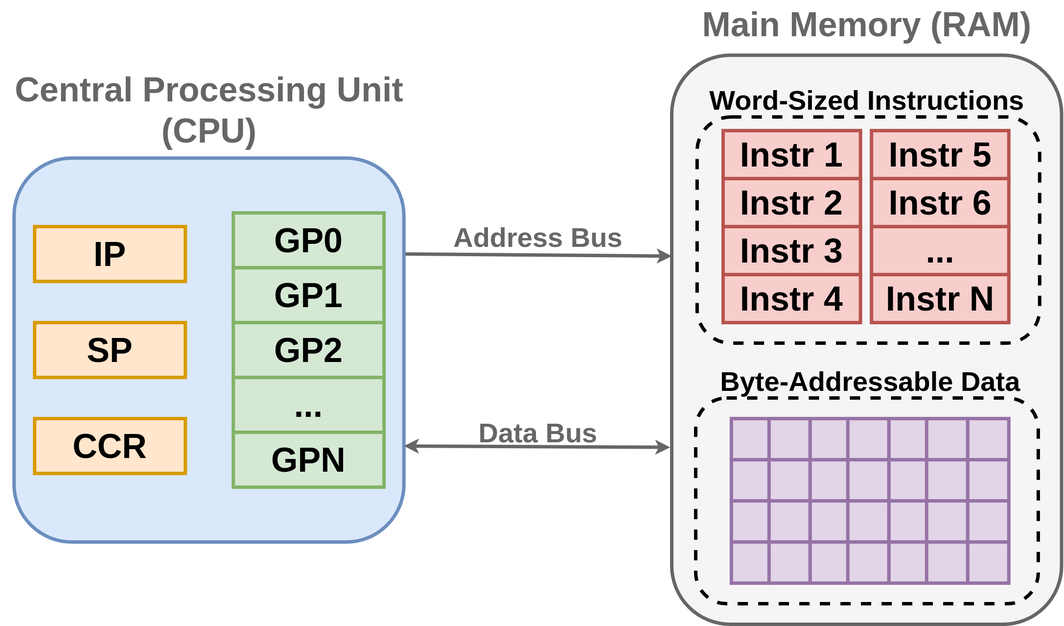
Above: src/chp4/cpu_model.svg in tnballo/high-assurance-rust (draw.io), before the change. Source tidied: cells renumbered, new cells last; positions are measured from the earlier drawing's top-left corner, leaving out a move shared by most shapes. The source it was exported from:
```xml
<mxGraphModel>
  <root>
    <mxCell id="0" />
    <mxCell id="1" parent="0" />
    <mxCell id="2" value="&lt;div style=&quot;font-size: 40px;&quot;&gt;&lt;font style=&quot;font-size: 40px;&quot;&gt;&lt;b&gt;&lt;font style=&quot;font-size: 40px;&quot;&gt;Address Bus&lt;br&gt;&lt;/font&gt;&lt;/b&gt;&lt;/font&gt;&lt;/div&gt;" style="text;html=1;strokeColor=none;fillColor=none;align=center;verticalAlign=middle;whiteSpace=wrap;rounded=0;fontSize=22;fontColor=#666666;" parent="1" vertex="1">
      <mxGeometry x="590" y="320" width="390" height="50" as="geometry" />
    </mxCell>
    <mxCell id="3" style="endArrow=classic;html=1;rounded=0;strokeWidth=5;fontColor=#666666;strokeColor=#666666;endFill=1;startArrow=none;startFill=0;exitX=1;exitY=0.25;exitDx=0;exitDy=0;entryX=0;entryY=0.353;entryDx=0;entryDy=0;entryPerimeter=0;" parent="1" edge="1" source="4" target="8">
      <mxGeometry relative="1" as="geometry" />
    </mxCell>
    <mxCell id="4" style="rounded=1;whiteSpace=wrap;html=1;strokeWidth=5;fillColor=#dae8fc;strokeColor=#6c8ebf;" parent="1" vertex="1">
      <mxGeometry x="20" y="230" width="569" height="560" as="geometry" />
    </mxCell>
    <mxCell id="5" style="endArrow=classic;html=1;rounded=0;strokeWidth=5;fontColor=#666666;strokeColor=#666666;endFill=1;startArrow=classic;startFill=1;exitX=1;exitY=0.75;exitDx=0;exitDy=0;entryX=-0.004;entryY=0.689;entryDx=0;entryDy=0;entryPerimeter=0;" parent="1" edge="1" source="4" target="8">
      <mxGeometry relative="1" as="geometry" />
    </mxCell>
    <mxCell id="6" value="&lt;div style=&quot;font-size: 40px;&quot;&gt;&lt;font style=&quot;font-size: 40px;&quot;&gt;&lt;b&gt;&lt;font style=&quot;font-size: 40px;&quot;&gt;Data Bus&lt;br&gt;&lt;/font&gt;&lt;/b&gt;&lt;/font&gt;&lt;/div&gt;" style="text;html=1;strokeColor=none;fillColor=none;align=center;verticalAlign=middle;whiteSpace=wrap;rounded=0;fontSize=22;fontColor=#666666;" parent="1" vertex="1">
      <mxGeometry x="590" y="610" width="390" height="40" as="geometry" />
    </mxCell>
    <mxCell id="7" value="&lt;div style=&quot;font-size: 50px;&quot;&gt;&lt;font style=&quot;font-size: 50px;&quot;&gt;&lt;b&gt;&lt;font style=&quot;font-size: 50px;&quot;&gt;Central Processing Unit&lt;/font&gt;&lt;/b&gt;&lt;/font&gt;&lt;/div&gt;&lt;div style=&quot;font-size: 50px;&quot;&gt;&lt;font style=&quot;font-size: 50px;&quot;&gt;&lt;b&gt;&lt;font style=&quot;font-size: 50px;&quot;&gt;(CPU)&lt;br&gt;&lt;/font&gt;&lt;/b&gt;&lt;/font&gt;&lt;/div&gt;" style="text;html=1;strokeColor=none;fillColor=none;align=center;verticalAlign=middle;whiteSpace=wrap;rounded=0;fontSize=22;fontColor=#666666;" parent="1" vertex="1">
      <mxGeometry x="-0.5" y="100" width="610" height="120" as="geometry" />
    </mxCell>
    <mxCell id="8" style="rounded=1;whiteSpace=wrap;html=1;strokeWidth=5;fillColor=#f5f5f5;strokeColor=#666666;fontColor=#333333;" parent="1" vertex="1">
      <mxGeometry x="980" y="80" width="569" height="830" as="geometry" />
    </mxCell>
    <mxCell id="9" value="&lt;b&gt;CCR&lt;/b&gt;" style="rounded=0;whiteSpace=wrap;html=1;fontSize=50;fillColor=#ffe6cc;strokeColor=#d79b00;strokeWidth=5;" parent="1" vertex="1">
      <mxGeometry x="50" y="610" width="220" height="80" as="geometry" />
    </mxCell>
    <mxCell id="10" value="&lt;b&gt;IP&lt;/b&gt;" style="rounded=0;whiteSpace=wrap;html=1;fontSize=50;fillColor=#ffe6cc;strokeColor=#d79b00;strokeWidth=5;" parent="1" vertex="1">
      <mxGeometry x="50" y="330" width="220" height="80" as="geometry" />
    </mxCell>
    <mxCell id="11" value="&lt;b&gt;SP&lt;/b&gt;" style="rounded=0;whiteSpace=wrap;html=1;fontSize=50;fillColor=#ffe6cc;strokeColor=#d79b00;strokeWidth=5;" parent="1" vertex="1">
      <mxGeometry x="50" y="470" width="220" height="80" as="geometry" />
    </mxCell>
    <mxCell id="12" style="edgeStyle=orthogonalEdgeStyle;rounded=0;orthogonalLoop=1;jettySize=auto;html=1;exitX=0.5;exitY=1;exitDx=0;exitDy=0;fontSize=50;" parent="1" edge="1" source="10" target="10">
      <mxGeometry relative="1" as="geometry" />
    </mxCell>
    <mxCell id="13" value="&lt;b&gt;GP0&lt;/b&gt;" style="rounded=0;whiteSpace=wrap;html=1;fontSize=50;fillColor=#d5e8d4;strokeColor=#82b366;strokeWidth=5;" parent="1" vertex="1">
      <mxGeometry x="340" y="310" width="220" height="80" as="geometry" />
    </mxCell>
    <mxCell id="14" value="&lt;b&gt;GP1&lt;/b&gt;" style="rounded=0;whiteSpace=wrap;html=1;fontSize=50;fillColor=#d5e8d4;strokeColor=#82b366;strokeWidth=5;" parent="1" vertex="1">
      <mxGeometry x="340" y="390" width="220" height="80" as="geometry" />
    </mxCell>
    <mxCell id="15" value="&lt;b&gt;GP2&lt;/b&gt;" style="rounded=0;whiteSpace=wrap;html=1;fontSize=50;fillColor=#d5e8d4;strokeColor=#82b366;strokeWidth=5;" parent="1" vertex="1">
      <mxGeometry x="340" y="470" width="220" height="80" as="geometry" />
    </mxCell>
    <mxCell id="16" value="&lt;b&gt;...&lt;/b&gt;" style="rounded=0;whiteSpace=wrap;html=1;fontSize=50;fillColor=#d5e8d4;strokeColor=#82b366;strokeWidth=5;" parent="1" vertex="1">
      <mxGeometry x="340" y="550" width="220" height="80" as="geometry" />
    </mxCell>
    <mxCell id="17" value="&lt;b&gt;GPN&lt;/b&gt;" style="rounded=0;whiteSpace=wrap;html=1;fontSize=50;fillColor=#d5e8d4;strokeColor=#82b366;strokeWidth=5;" parent="1" vertex="1">
      <mxGeometry x="340" y="630" width="220" height="80" as="geometry" />
    </mxCell>
    <mxCell id="18" style="rounded=1;whiteSpace=wrap;html=1;dashed=1;fontSize=50;strokeWidth=5;fillColor=none;" parent="1" vertex="1">
      <mxGeometry x="1017" y="170" width="500" height="330" as="geometry" />
    </mxCell>
    <mxCell id="19" style="rounded=1;whiteSpace=wrap;html=1;dashed=1;fontSize=50;strokeWidth=5;fillColor=none;" parent="1" vertex="1">
      <mxGeometry x="1015" y="580" width="500" height="300" as="geometry" />
    </mxCell>
    <mxCell id="20" value="&lt;div style=&quot;font-size: 40px;&quot;&gt;&lt;font style=&quot;font-size: 40px;&quot;&gt;&lt;b&gt;&lt;font style=&quot;font-size: 40px;&quot;&gt;Byte-Addressable Data&lt;br&gt;&lt;/font&gt;&lt;/b&gt;&lt;/font&gt;&lt;/div&gt;" style="text;html=1;strokeColor=none;fillColor=none;align=center;verticalAlign=middle;whiteSpace=wrap;rounded=0;fontSize=22;fontColor=#000000;" parent="1" vertex="1">
      <mxGeometry x="1014.5" y="530" width="510" height="50" as="geometry" />
    </mxCell>
    <mxCell id="21" value="&lt;div style=&quot;font-size: 40px;&quot;&gt;&lt;font style=&quot;font-size: 40px;&quot;&gt;&lt;b&gt;&lt;font style=&quot;font-size: 40px;&quot;&gt;Word-Sized Instructions&lt;br&gt;&lt;/font&gt;&lt;/b&gt;&lt;/font&gt;&lt;/div&gt;" style="text;html=1;strokeColor=none;fillColor=none;align=center;verticalAlign=middle;whiteSpace=wrap;rounded=0;fontSize=22;fontColor=#000000;" parent="1" vertex="1">
      <mxGeometry x="1010" y="120" width="510" height="50" as="geometry" />
    </mxCell>
    <mxCell id="22" value="&lt;div style=&quot;font-size: 50px;&quot;&gt;&lt;font style=&quot;font-size: 50px;&quot;&gt;&lt;b&gt;&lt;font style=&quot;font-size: 50px;&quot;&gt;Main Memory (RAM)&lt;br&gt;&lt;/font&gt;&lt;/b&gt;&lt;/font&gt;&lt;/div&gt;" style="text;html=1;strokeColor=none;fillColor=none;align=center;verticalAlign=middle;whiteSpace=wrap;rounded=0;fontSize=22;fontColor=#666666;" parent="1" vertex="1">
      <mxGeometry x="1004.5" width="520" height="70" as="geometry" />
    </mxCell>
    <mxCell id="23" style="rounded=0;whiteSpace=wrap;html=1;fontSize=50;strokeWidth=5;fillColor=#e1d5e7;strokeColor=#9673a6;" parent="1" vertex="1">
      <mxGeometry x="1067" y="610" width="60" height="60" as="geometry" />
    </mxCell>
    <mxCell id="24" style="rounded=0;whiteSpace=wrap;html=1;fontSize=50;strokeWidth=5;fillColor=#e1d5e7;strokeColor=#9673a6;" parent="1" vertex="1">
      <mxGeometry x="1067" y="670" width="60" height="60" as="geometry" />
    </mxCell>
    <mxCell id="25" style="rounded=0;whiteSpace=wrap;html=1;fontSize=50;strokeWidth=5;fillColor=#e1d5e7;strokeColor=#9673a6;" parent="1" vertex="1">
      <mxGeometry x="1067" y="730" width="60" height="60" as="geometry" />
    </mxCell>
    <mxCell id="26" style="rounded=0;whiteSpace=wrap;html=1;fontSize=50;strokeWidth=5;fillColor=#e1d5e7;strokeColor=#9673a6;" parent="1" vertex="1">
      <mxGeometry x="1067" y="790" width="60" height="60" as="geometry" />
    </mxCell>
    <mxCell id="27" style="rounded=0;whiteSpace=wrap;html=1;fontSize=50;strokeWidth=5;fillColor=#e1d5e7;strokeColor=#9673a6;" parent="1" vertex="1">
      <mxGeometry x="1122" y="610" width="60" height="60" as="geometry" />
    </mxCell>
    <mxCell id="28" style="rounded=0;whiteSpace=wrap;html=1;fontSize=50;strokeWidth=5;fillColor=#e1d5e7;strokeColor=#9673a6;" parent="1" vertex="1">
      <mxGeometry x="1122" y="670" width="60" height="60" as="geometry" />
    </mxCell>
    <mxCell id="29" style="rounded=0;whiteSpace=wrap;html=1;fontSize=50;strokeWidth=5;fillColor=#e1d5e7;strokeColor=#9673a6;" parent="1" vertex="1">
      <mxGeometry x="1122" y="730" width="60" height="60" as="geometry" />
    </mxCell>
    <mxCell id="30" style="rounded=0;whiteSpace=wrap;html=1;fontSize=50;strokeWidth=5;fillColor=#e1d5e7;strokeColor=#9673a6;" parent="1" vertex="1">
      <mxGeometry x="1122" y="790" width="60" height="60" as="geometry" />
    </mxCell>
    <mxCell id="31" style="rounded=0;whiteSpace=wrap;html=1;fontSize=50;strokeWidth=5;fillColor=#e1d5e7;strokeColor=#9673a6;" parent="1" vertex="1">
      <mxGeometry x="1182" y="610" width="60" height="60" as="geometry" />
    </mxCell>
    <mxCell id="32" style="rounded=0;whiteSpace=wrap;html=1;fontSize=50;strokeWidth=5;fillColor=#e1d5e7;strokeColor=#9673a6;" parent="1" vertex="1">
      <mxGeometry x="1182" y="670" width="60" height="60" as="geometry" />
    </mxCell>
    <mxCell id="33" style="rounded=0;whiteSpace=wrap;html=1;fontSize=50;strokeWidth=5;fillColor=#e1d5e7;strokeColor=#9673a6;" parent="1" vertex="1">
      <mxGeometry x="1182" y="730" width="60" height="60" as="geometry" />
    </mxCell>
    <mxCell id="34" style="rounded=0;whiteSpace=wrap;html=1;fontSize=50;strokeWidth=5;fillColor=#e1d5e7;strokeColor=#9673a6;" parent="1" vertex="1">
      <mxGeometry x="1182" y="790" width="60" height="60" as="geometry" />
    </mxCell>
    <mxCell id="35" style="rounded=0;whiteSpace=wrap;html=1;fontSize=50;strokeWidth=5;fillColor=#e1d5e7;strokeColor=#9673a6;" parent="1" vertex="1">
      <mxGeometry x="1237" y="610" width="60" height="60" as="geometry" />
    </mxCell>
    <mxCell id="36" style="rounded=0;whiteSpace=wrap;html=1;fontSize=50;strokeWidth=5;fillColor=#e1d5e7;strokeColor=#9673a6;" parent="1" vertex="1">
      <mxGeometry x="1237" y="670" width="60" height="60" as="geometry" />
    </mxCell>
    <mxCell id="37" style="rounded=0;whiteSpace=wrap;html=1;fontSize=50;strokeWidth=5;fillColor=#e1d5e7;strokeColor=#9673a6;" parent="1" vertex="1">
      <mxGeometry x="1237" y="730" width="60" height="60" as="geometry" />
    </mxCell>
    <mxCell id="38" style="rounded=0;whiteSpace=wrap;html=1;fontSize=50;strokeWidth=5;fillColor=#e1d5e7;strokeColor=#9673a6;" parent="1" vertex="1">
      <mxGeometry x="1237" y="790" width="60" height="60" as="geometry" />
    </mxCell>
    <mxCell id="39" style="rounded=0;whiteSpace=wrap;html=1;fontSize=50;strokeWidth=5;fillColor=#e1d5e7;strokeColor=#9673a6;" parent="1" vertex="1">
      <mxGeometry x="1297" y="610" width="60" height="60" as="geometry" />
    </mxCell>
    <mxCell id="40" style="rounded=0;whiteSpace=wrap;html=1;fontSize=50;strokeWidth=5;fillColor=#e1d5e7;strokeColor=#9673a6;" parent="1" vertex="1">
      <mxGeometry x="1297" y="670" width="60" height="60" as="geometry" />
    </mxCell>
    <mxCell id="41" style="rounded=0;whiteSpace=wrap;html=1;fontSize=50;strokeWidth=5;fillColor=#e1d5e7;strokeColor=#9673a6;" parent="1" vertex="1">
      <mxGeometry x="1297" y="730" width="60" height="60" as="geometry" />
    </mxCell>
    <mxCell id="42" style="rounded=0;whiteSpace=wrap;html=1;fontSize=50;strokeWidth=5;fillColor=#e1d5e7;strokeColor=#9673a6;" parent="1" vertex="1">
      <mxGeometry x="1297" y="790" width="60" height="60" as="geometry" />
    </mxCell>
    <mxCell id="43" style="rounded=0;whiteSpace=wrap;html=1;fontSize=50;strokeWidth=5;fillColor=#e1d5e7;strokeColor=#9673a6;" parent="1" vertex="1">
      <mxGeometry x="1352" y="610" width="60" height="60" as="geometry" />
    </mxCell>
    <mxCell id="44" style="rounded=0;whiteSpace=wrap;html=1;fontSize=50;strokeWidth=5;fillColor=#e1d5e7;strokeColor=#9673a6;" parent="1" vertex="1">
      <mxGeometry x="1352" y="670" width="60" height="60" as="geometry" />
    </mxCell>
    <mxCell id="45" style="rounded=0;whiteSpace=wrap;html=1;fontSize=50;strokeWidth=5;fillColor=#e1d5e7;strokeColor=#9673a6;" parent="1" vertex="1">
      <mxGeometry x="1352" y="730" width="60" height="60" as="geometry" />
    </mxCell>
    <mxCell id="46" style="rounded=0;whiteSpace=wrap;html=1;fontSize=50;strokeWidth=5;fillColor=#e1d5e7;strokeColor=#9673a6;" parent="1" vertex="1">
      <mxGeometry x="1352" y="790" width="60" height="60" as="geometry" />
    </mxCell>
    <mxCell id="47" style="rounded=0;whiteSpace=wrap;html=1;fontSize=50;strokeWidth=5;fillColor=#e1d5e7;strokeColor=#9673a6;" parent="1" vertex="1">
      <mxGeometry x="1412" y="610" width="60" height="60" as="geometry" />
    </mxCell>
    <mxCell id="48" style="rounded=0;whiteSpace=wrap;html=1;fontSize=50;strokeWidth=5;fillColor=#e1d5e7;strokeColor=#9673a6;" parent="1" vertex="1">
      <mxGeometry x="1412" y="670" width="60" height="60" as="geometry" />
    </mxCell>
    <mxCell id="49" style="rounded=0;whiteSpace=wrap;html=1;fontSize=50;strokeWidth=5;fillColor=#e1d5e7;strokeColor=#9673a6;" parent="1" vertex="1">
      <mxGeometry x="1412" y="730" width="60" height="60" as="geometry" />
    </mxCell>
    <mxCell id="50" style="rounded=0;whiteSpace=wrap;html=1;fontSize=50;strokeWidth=5;fillColor=#e1d5e7;strokeColor=#9673a6;" parent="1" vertex="1">
      <mxGeometry x="1412" y="790" width="60" height="60" as="geometry" />
    </mxCell>
    <mxCell id="51" value="&lt;b&gt;Instr 1&lt;/b&gt;" style="rounded=0;whiteSpace=wrap;html=1;fontSize=50;strokeWidth=5;fillColor=#f8cecc;strokeColor=#b85450;" parent="1" vertex="1">
      <mxGeometry x="1055" y="190" width="200.5" height="70" as="geometry" />
    </mxCell>
    <mxCell id="52" value="&lt;b&gt;Instr 5&lt;br&gt;&lt;/b&gt;" style="rounded=0;whiteSpace=wrap;html=1;fontSize=50;strokeWidth=5;fillColor=#f8cecc;strokeColor=#b85450;" parent="1" vertex="1">
      <mxGeometry x="1271.5" y="190" width="200.5" height="70" as="geometry" />
    </mxCell>
    <mxCell id="53" value="&lt;b&gt;Instr 2&lt;br&gt;&lt;/b&gt;" style="rounded=0;whiteSpace=wrap;html=1;fontSize=50;strokeWidth=5;fillColor=#f8cecc;strokeColor=#b85450;" parent="1" vertex="1">
      <mxGeometry x="1055" y="260" width="200.5" height="70" as="geometry" />
    </mxCell>
    <mxCell id="54" value="&lt;b&gt;Instr 3&lt;br&gt;&lt;/b&gt;" style="rounded=0;whiteSpace=wrap;html=1;fontSize=50;strokeWidth=5;fillColor=#f8cecc;strokeColor=#b85450;" parent="1" vertex="1">
      <mxGeometry x="1055" y="330" width="200.5" height="70" as="geometry" />
    </mxCell>
    <mxCell id="55" value="&lt;b&gt;Instr 4&lt;br&gt;&lt;/b&gt;" style="rounded=0;whiteSpace=wrap;html=1;fontSize=50;strokeWidth=5;fillColor=#f8cecc;strokeColor=#b85450;" parent="1" vertex="1">
      <mxGeometry x="1055" y="400" width="200.5" height="70" as="geometry" />
    </mxCell>
    <mxCell id="56" value="&lt;b&gt;Instr 6&lt;br&gt;&lt;/b&gt;" style="rounded=0;whiteSpace=wrap;html=1;fontSize=50;strokeWidth=5;fillColor=#f8cecc;strokeColor=#b85450;" parent="1" vertex="1">
      <mxGeometry x="1271.5" y="260" width="200.5" height="70" as="geometry" />
    </mxCell>
    <mxCell id="57" value="&lt;b&gt;...&lt;br&gt;&lt;/b&gt;" style="rounded=0;whiteSpace=wrap;html=1;fontSize=50;strokeWidth=5;fillColor=#f8cecc;strokeColor=#b85450;" parent="1" vertex="1">
      <mxGeometry x="1271.5" y="330" width="200.5" height="70" as="geometry" />
    </mxCell>
    <mxCell id="58" value="&lt;b&gt;Instr N&lt;br&gt;&lt;/b&gt;" style="rounded=0;whiteSpace=wrap;html=1;fontSize=50;strokeWidth=5;fillColor=#f8cecc;strokeColor=#b85450;" parent="1" vertex="1">
      <mxGeometry x="1271.5" y="400" width="200.5" height="70" as="geometry" />
    </mxCell>
  </root>
</mxGraphModel>
```
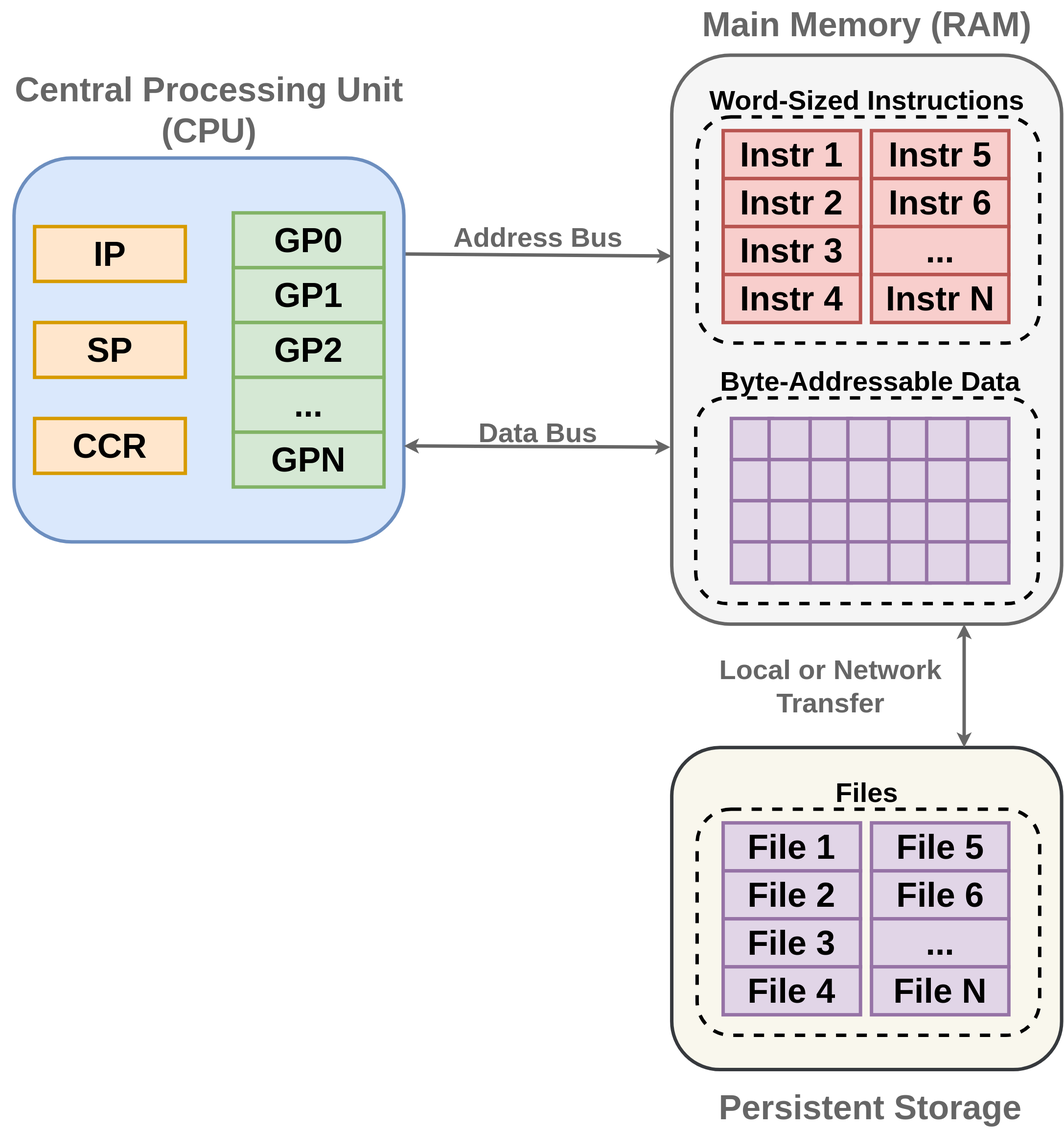
The same file after the commit.

Change to the diagram source:
```diff
@@ -173,5 +173,47 @@
     <mxCell id="58" value="&lt;b&gt;Instr N&lt;br&gt;&lt;/b&gt;" style="rounded=0;whiteSpace=wrap;html=1;fontSize=50;strokeWidth=5;fillColor=#f8cecc;strokeColor=#b85450;" parent="1" vertex="1">
       <mxGeometry x="1271.5" y="400" width="200.5" height="70" as="geometry" />
     </mxCell>
+    <mxCell id="59" style="rounded=1;whiteSpace=wrap;html=1;strokeWidth=5;fillColor=#f9f7ed;strokeColor=#36393d;" parent="1" vertex="1">
+      <mxGeometry x="980" y="1090" width="569" height="470" as="geometry" />
+    </mxCell>
+    <mxCell id="60" style="rounded=1;whiteSpace=wrap;html=1;dashed=1;fontSize=50;strokeWidth=5;fillColor=none;" parent="1" vertex="1">
+      <mxGeometry x="1017" y="1180" width="500" height="330" as="geometry" />
+    </mxCell>
+    <mxCell id="61" value="&lt;div style=&quot;font-size: 40px;&quot;&gt;&lt;font style=&quot;font-size: 40px;&quot;&gt;&lt;b&gt;&lt;font style=&quot;font-size: 40px;&quot;&gt;Files&lt;br&gt;&lt;/font&gt;&lt;/b&gt;&lt;/font&gt;&lt;/div&gt;" style="text;html=1;strokeColor=none;fillColor=none;align=center;verticalAlign=middle;whiteSpace=wrap;rounded=0;fontSize=22;fontColor=#000000;" parent="1" vertex="1">
+      <mxGeometry x="1010" y="1130" width="510" height="50" as="geometry" />
+    </mxCell>
+    <mxCell id="62" value="&lt;div style=&quot;font-size: 50px;&quot;&gt;&lt;font style=&quot;font-size: 50px;&quot;&gt;&lt;b&gt;&lt;font style=&quot;font-size: 50px;&quot;&gt;Persistent Storage&lt;br&gt;&lt;/font&gt;&lt;/b&gt;&lt;/font&gt;&lt;/div&gt;" style="text;html=1;strokeColor=none;fillColor=none;align=center;verticalAlign=middle;whiteSpace=wrap;rounded=0;fontSize=22;fontColor=#666666;" parent="1" vertex="1">
+      <mxGeometry x="1009.5" y="1580" width="520" height="70" as="geometry" />
+    </mxCell>
+    <mxCell id="63" value="&lt;b&gt;File 1&lt;/b&gt;" style="rounded=0;whiteSpace=wrap;html=1;fontSize=50;strokeWidth=5;fillColor=#e1d5e7;strokeColor=#9673a6;" parent="1" vertex="1">
+      <mxGeometry x="1055" y="1200" width="200.5" height="70" as="geometry" />
+    </mxCell>
+    <mxCell id="64" value="&lt;b&gt;File 5&lt;br&gt;&lt;/b&gt;" style="rounded=0;whiteSpace=wrap;html=1;fontSize=50;strokeWidth=5;fillColor=#e1d5e7;strokeColor=#9673a6;" parent="1" vertex="1">
+      <mxGeometry x="1271.5" y="1200" width="200.5" height="70" as="geometry" />
+    </mxCell>
+    <mxCell id="65" value="&lt;b&gt;File 2&lt;br&gt;&lt;/b&gt;" style="rounded=0;whiteSpace=wrap;html=1;fontSize=50;strokeWidth=5;fillColor=#e1d5e7;strokeColor=#9673a6;" parent="1" vertex="1">
+      <mxGeometry x="1055" y="1270" width="200.5" height="70" as="geometry" />
+    </mxCell>
+    <mxCell id="66" value="&lt;b&gt;File 3&lt;br&gt;&lt;/b&gt;" style="rounded=0;whiteSpace=wrap;html=1;fontSize=50;strokeWidth=5;fillColor=#e1d5e7;strokeColor=#9673a6;" parent="1" vertex="1">
+      <mxGeometry x="1055" y="1340" width="200.5" height="70" as="geometry" />
+    </mxCell>
+    <mxCell id="67" value="&lt;b&gt;File 4&lt;br&gt;&lt;/b&gt;" style="rounded=0;whiteSpace=wrap;html=1;fontSize=50;strokeWidth=5;fillColor=#e1d5e7;strokeColor=#9673a6;" parent="1" vertex="1">
+      <mxGeometry x="1055" y="1410" width="200.5" height="70" as="geometry" />
+    </mxCell>
+    <mxCell id="68" value="&lt;b&gt;File 6&lt;br&gt;&lt;/b&gt;" style="rounded=0;whiteSpace=wrap;html=1;fontSize=50;strokeWidth=5;fillColor=#e1d5e7;strokeColor=#9673a6;" parent="1" vertex="1">
+      <mxGeometry x="1271.5" y="1270" width="200.5" height="70" as="geometry" />
+    </mxCell>
+    <mxCell id="69" value="&lt;b&gt;...&lt;br&gt;&lt;/b&gt;" style="rounded=0;whiteSpace=wrap;html=1;fontSize=50;strokeWidth=5;fillColor=#e1d5e7;strokeColor=#9673a6;" parent="1" vertex="1">
+      <mxGeometry x="1271.5" y="1340" width="200.5" height="70" as="geometry" />
+    </mxCell>
+    <mxCell id="70" value="&lt;b&gt;File N&lt;br&gt;&lt;/b&gt;" style="rounded=0;whiteSpace=wrap;html=1;fontSize=50;strokeWidth=5;fillColor=#e1d5e7;strokeColor=#9673a6;" parent="1" vertex="1">
+      <mxGeometry x="1271.5" y="1410" width="200.5" height="70" as="geometry" />
+    </mxCell>
+    <mxCell id="71" style="endArrow=classic;html=1;rounded=0;strokeWidth=5;fontColor=#666666;strokeColor=#666666;endFill=1;startArrow=classic;startFill=1;entryX=0.75;entryY=1;entryDx=0;entryDy=0;exitX=0.75;exitY=0;exitDx=0;exitDy=0;" parent="1" edge="1" source="59" target="8">
+      <mxGeometry relative="1" as="geometry" />
+    </mxCell>
+    <mxCell id="72" value="&lt;div style=&quot;font-size: 40px;&quot;&gt;&lt;font style=&quot;font-size: 40px;&quot;&gt;&lt;b&gt;&lt;font style=&quot;font-size: 40px;&quot;&gt;Local or Network&lt;/font&gt;&lt;/b&gt;&lt;/font&gt;&lt;/div&gt;&lt;div style=&quot;font-size: 40px;&quot;&gt;&lt;font style=&quot;font-size: 40px;&quot;&gt;&lt;b&gt;&lt;font style=&quot;font-size: 40px;&quot;&gt;Transfer&lt;br&gt;&lt;/font&gt;&lt;/b&gt;&lt;/font&gt;&lt;/div&gt;" style="text;html=1;strokeColor=none;fillColor=none;align=center;verticalAlign=middle;whiteSpace=wrap;rounded=0;fontSize=22;fontColor=#666666;" parent="1" vertex="1">
+      <mxGeometry x="1017" y="930" width="390" height="140" as="geometry" />
+    </mxCell>
   </root>
 </mxGraphModel>
```
